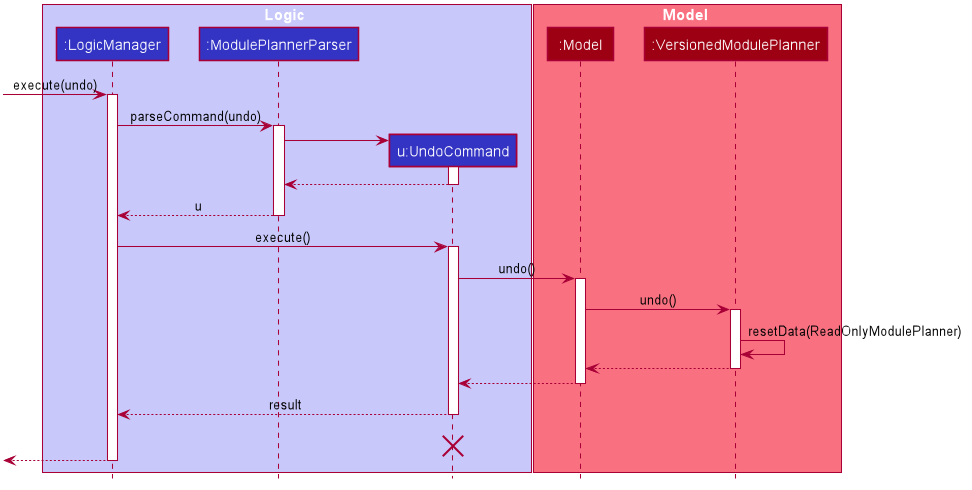
Above: docs/images/UndoSequenceDiagram.png in nus-cs2103-AY1920S1/addressbook-level3 (PlantUML), before the change.
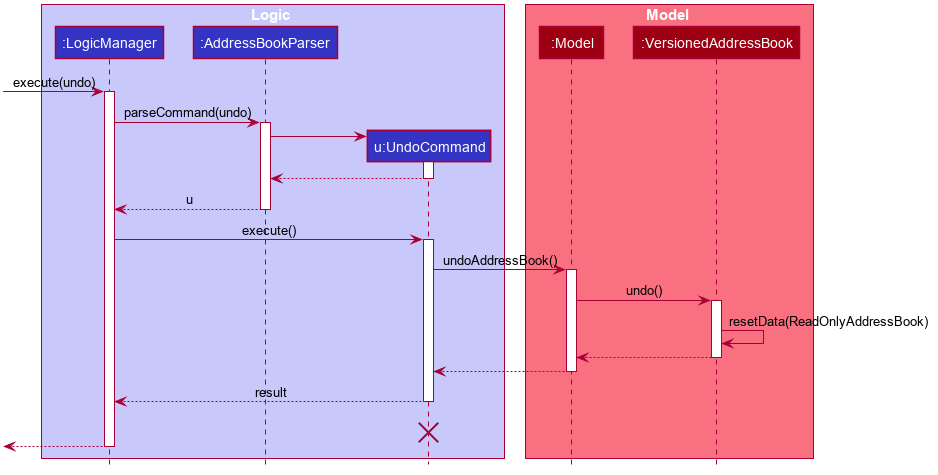
After the change.

What changed in the source:
```diff
@@ -1,7 +1,4 @@
 @startuml
-
-
-
 
 
 
@@ -23,8 +20,8 @@
 }
 
 skinparam Actor {
-    BorderColor USER_COLOR
-    Color USER_COLOR
+    BorderColor #000000
+    Color #000000
     FontName Arial
 }
 
@@ -53,42 +50,42 @@
 
 box Logic #C8C8FA
 participant ":LogicManager" as LogicManager #3333C4
-participant ":ModulePlannerParser" as ModulePlannerParser #3333C4
+participant ":AddressBookParser" as AddressBookParser #3333C4
 participant "u:UndoCommand" as UndoCommand #3333C4
 end box
 
 box Model #F97181
 participant ":Model" as Model #9D0012
-participant ":VersionedModulePlanner" as VersionedModulePlanner #9D0012
+participant ":VersionedAddressBook" as VersionedAddressBook #9D0012
 end box
 [-> LogicManager : execute(undo)
 activate LogicManager
 
-LogicManager -> ModulePlannerParser : parseCommand(undo)
-activate ModulePlannerParser
+LogicManager -> AddressBookParser : parseCommand(undo)
+activate AddressBookParser
 
 create UndoCommand
-ModulePlannerParser -> UndoCommand
+AddressBookParser -> UndoCommand
 activate UndoCommand
 
-UndoCommand --> ModulePlannerParser
+UndoCommand --> AddressBookParser
 deactivate UndoCommand
 
-ModulePlannerParser --> LogicManager : u
-deactivate ModulePlannerParser
+AddressBookParser --> LogicManager : u
+deactivate AddressBookParser
 
 LogicManager -> UndoCommand : execute()
 activate UndoCommand
 
-UndoCommand -> Model : undo()
+UndoCommand -> Model : undoAddressBook()
 activate Model
 
-Model -> VersionedModulePlanner : undo()
-activate VersionedModulePlanner
+Model -> VersionedAddressBook : undo()
+activate VersionedAddressBook
 
-VersionedModulePlanner -> VersionedModulePlanner :resetData(ReadOnlyModulePlanner)
-VersionedModulePlanner --> Model :
-deactivate VersionedModulePlanner
+VersionedAddressBook -> VersionedAddressBook :resetData(ReadOnlyAddressBook)
+VersionedAddressBook --> Model :
+deactivate VersionedAddressBook
 
 Model --> UndoCommand
 deactivate Model
```
